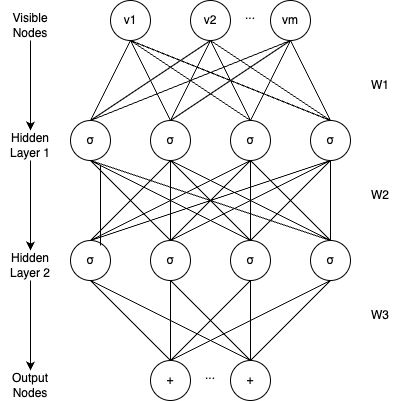
ThierryBeaulieu/NeuralNetworkFPGA keeps this draw.io diagram as Documentation/neural-network.png. Above is the earlier version. Source tidied: cells renumbered, new cells last; positions are measured from the earlier drawing's top-left corner, leaving out a move shared by most shapes. The source it was exported from:
```xml
<mxGraphModel>
  <root>
    <mxCell id="0" />
    <mxCell id="1" parent="0" />
    <mxCell id="2" style="rounded=0;jettySize=auto;html=1;exitX=0.5;exitY=1;exitDx=0;exitDy=0;entryX=0.5;entryY=0;entryDx=0;entryDy=0;endArrow=none;endFill=0;" parent="1" edge="1" source="4" target="7">
      <mxGeometry relative="1" as="geometry" />
    </mxCell>
    <mxCell id="3" style="rounded=0;jettySize=auto;html=1;exitX=0.5;exitY=1;exitDx=0;exitDy=0;endArrow=none;endFill=0;entryX=0.5;entryY=0;entryDx=0;entryDy=0;" parent="1" edge="1" source="4" target="8">
      <mxGeometry relative="1" as="geometry" />
    </mxCell>
    <mxCell id="4" value="v1" style="ellipse;whiteSpace=wrap;html=1;" parent="1" vertex="1">
      <mxGeometry x="110" width="40" height="40" as="geometry" />
    </mxCell>
    <mxCell id="5" value="v2" style="ellipse;whiteSpace=wrap;html=1;" parent="1" vertex="1">
      <mxGeometry x="190" width="40" height="40" as="geometry" />
    </mxCell>
    <mxCell id="6" value="vm" style="ellipse;whiteSpace=wrap;html=1;" parent="1" vertex="1">
      <mxGeometry x="270" width="40" height="40" as="geometry" />
    </mxCell>
    <mxCell id="7" value="σ" style="ellipse;whiteSpace=wrap;html=1;" parent="1" vertex="1">
      <mxGeometry x="70" y="120" width="40" height="40" as="geometry" />
    </mxCell>
    <mxCell id="8" value="σ" style="ellipse;whiteSpace=wrap;html=1;" parent="1" vertex="1">
      <mxGeometry x="150" y="120" width="40" height="40" as="geometry" />
    </mxCell>
    <mxCell id="9" value="σ" style="ellipse;whiteSpace=wrap;html=1;" parent="1" vertex="1">
      <mxGeometry x="230" y="120" width="40" height="40" as="geometry" />
    </mxCell>
    <mxCell id="10" value="σ" style="ellipse;whiteSpace=wrap;html=1;" parent="1" vertex="1">
      <mxGeometry x="310" y="120" width="40" height="40" as="geometry" />
    </mxCell>
    <mxCell id="11" value="σ" style="ellipse;whiteSpace=wrap;html=1;" parent="1" vertex="1">
      <mxGeometry x="70" y="240" width="40" height="40" as="geometry" />
    </mxCell>
    <mxCell id="12" value="σ" style="ellipse;whiteSpace=wrap;html=1;" parent="1" vertex="1">
      <mxGeometry x="150" y="240" width="40" height="40" as="geometry" />
    </mxCell>
    <mxCell id="13" value="σ" style="ellipse;whiteSpace=wrap;html=1;" parent="1" vertex="1">
      <mxGeometry x="230" y="240" width="40" height="40" as="geometry" />
    </mxCell>
    <mxCell id="14" value="σ" style="ellipse;whiteSpace=wrap;html=1;" parent="1" vertex="1">
      <mxGeometry x="310" y="240" width="40" height="40" as="geometry" />
    </mxCell>
    <mxCell id="15" value="+" style="ellipse;whiteSpace=wrap;html=1;" parent="1" vertex="1">
      <mxGeometry x="150" y="360" width="40" height="40" as="geometry" />
    </mxCell>
    <mxCell id="16" value="+" style="ellipse;whiteSpace=wrap;html=1;" parent="1" vertex="1">
      <mxGeometry x="230" y="360" width="40" height="40" as="geometry" />
    </mxCell>
    <mxCell id="17" style="rounded=0;jettySize=auto;html=1;exitX=0.5;exitY=1;exitDx=0;exitDy=0;endArrow=none;endFill=0;entryX=0.5;entryY=0;entryDx=0;entryDy=0;" parent="1" edge="1" source="5" target="9">
      <mxGeometry relative="1" as="geometry" />
    </mxCell>
    <mxCell id="18" style="rounded=0;jettySize=auto;html=1;exitX=0.5;exitY=1;exitDx=0;exitDy=0;endArrow=none;endFill=0;entryX=0.5;entryY=0;entryDx=0;entryDy=0;" parent="1" edge="1" source="4" target="9">
      <mxGeometry relative="1" as="geometry" />
    </mxCell>
    <mxCell id="19" style="rounded=0;jettySize=auto;html=1;exitX=0.5;exitY=1;exitDx=0;exitDy=0;endArrow=none;endFill=0;entryX=0.5;entryY=0;entryDx=0;entryDy=0;" parent="1" edge="1" source="4" target="10">
      <mxGeometry relative="1" as="geometry" />
    </mxCell>
    <mxCell id="20" style="rounded=0;jettySize=auto;html=1;exitX=0.5;exitY=1;exitDx=0;exitDy=0;endArrow=none;endFill=0;entryX=0.5;entryY=0;entryDx=0;entryDy=0;" parent="1" edge="1" source="5" target="8">
      <mxGeometry relative="1" as="geometry" />
    </mxCell>
    <mxCell id="21" style="rounded=0;jettySize=auto;html=1;exitX=0.5;exitY=1;exitDx=0;exitDy=0;endArrow=none;endFill=0;entryX=0.5;entryY=0;entryDx=0;entryDy=0;" parent="1" edge="1" source="5" target="7">
      <mxGeometry relative="1" as="geometry" />
    </mxCell>
    <mxCell id="22" style="rounded=0;jettySize=auto;html=1;exitX=0.5;exitY=1;exitDx=0;exitDy=0;endArrow=none;endFill=0;entryX=0.5;entryY=0;entryDx=0;entryDy=0;" parent="1" edge="1" source="6" target="7">
      <mxGeometry relative="1" as="geometry" />
    </mxCell>
    <mxCell id="23" style="rounded=0;jettySize=auto;html=1;endArrow=none;endFill=0;entryX=0.5;entryY=0;entryDx=0;entryDy=0;" parent="1" edge="1" target="10">
      <mxGeometry relative="1" as="geometry">
        <mxPoint x="210" y="40" as="sourcePoint" />
      </mxGeometry>
    </mxCell>
    <mxCell id="24" style="rounded=0;jettySize=auto;html=1;endArrow=none;endFill=0;entryX=0.5;entryY=0;entryDx=0;entryDy=0;exitX=0.5;exitY=1;exitDx=0;exitDy=0;" parent="1" edge="1" source="6" target="10">
      <mxGeometry relative="1" as="geometry" />
    </mxCell>
    <mxCell id="25" style="rounded=0;jettySize=auto;html=1;endArrow=none;endFill=0;entryX=0.5;entryY=0;entryDx=0;entryDy=0;exitX=0.5;exitY=1;exitDx=0;exitDy=0;" parent="1" edge="1" source="6" target="9">
      <mxGeometry relative="1" as="geometry" />
    </mxCell>
    <mxCell id="26" style="rounded=0;jettySize=auto;html=1;endArrow=none;endFill=0;entryX=0.5;entryY=1;entryDx=0;entryDy=0;exitX=0.5;exitY=0;exitDx=0;exitDy=0;" parent="1" edge="1" source="8" target="6">
      <mxGeometry relative="1" as="geometry" />
    </mxCell>
    <mxCell id="27" style="rounded=0;orthogonalLoop=1;jettySize=auto;html=1;exitX=0.5;exitY=0;exitDx=0;exitDy=0;entryX=0.5;entryY=1;entryDx=0;entryDy=0;endArrow=none;endFill=0;" parent="1" edge="1">
      <mxGeometry relative="1" as="geometry">
        <mxPoint x="100" y="245" as="sourcePoint" />
        <mxPoint x="100" y="165" as="targetPoint" />
      </mxGeometry>
    </mxCell>
    <mxCell id="28" style="rounded=0;jettySize=auto;html=1;exitX=0.5;exitY=0;exitDx=0;exitDy=0;entryX=0.5;entryY=1;entryDx=0;entryDy=0;endArrow=none;endFill=0;" parent="1" edge="1" source="12" target="7">
      <mxGeometry relative="1" as="geometry" />
    </mxCell>
    <mxCell id="29" style="rounded=0;jettySize=auto;html=1;exitX=0.5;exitY=0;exitDx=0;exitDy=0;entryX=0.5;entryY=1;entryDx=0;entryDy=0;endArrow=none;endFill=0;" parent="1" edge="1" source="13" target="7">
      <mxGeometry relative="1" as="geometry" />
    </mxCell>
    <mxCell id="30" style="rounded=0;jettySize=auto;html=1;exitX=0.5;exitY=0;exitDx=0;exitDy=0;entryX=0.5;entryY=1;entryDx=0;entryDy=0;endArrow=none;endFill=0;" parent="1" edge="1" source="14" target="7">
      <mxGeometry relative="1" as="geometry" />
    </mxCell>
    <mxCell id="31" style="rounded=0;jettySize=auto;html=1;exitX=0.5;exitY=0;exitDx=0;exitDy=0;entryX=0.5;entryY=1;entryDx=0;entryDy=0;endArrow=none;endFill=0;" parent="1" edge="1" source="11" target="8">
      <mxGeometry relative="1" as="geometry" />
    </mxCell>
    <mxCell id="32" style="rounded=0;jettySize=auto;html=1;exitX=0.5;exitY=0;exitDx=0;exitDy=0;entryX=0.5;entryY=1;entryDx=0;entryDy=0;endArrow=none;endFill=0;" parent="1" edge="1" source="12" target="8">
      <mxGeometry relative="1" as="geometry" />
    </mxCell>
    <mxCell id="33" style="rounded=0;jettySize=auto;html=1;endArrow=none;endFill=0;exitX=0.5;exitY=0;exitDx=0;exitDy=0;" parent="1" edge="1" source="13">
      <mxGeometry relative="1" as="geometry">
        <mxPoint x="170" y="160" as="targetPoint" />
      </mxGeometry>
    </mxCell>
    <mxCell id="34" style="rounded=0;jettySize=auto;html=1;endArrow=none;endFill=0;exitX=0.5;exitY=0;exitDx=0;exitDy=0;entryX=0.5;entryY=1;entryDx=0;entryDy=0;" parent="1" edge="1" source="14" target="8">
      <mxGeometry relative="1" as="geometry" />
    </mxCell>
    <mxCell id="35" style="rounded=0;jettySize=auto;html=1;exitX=0.5;exitY=0;exitDx=0;exitDy=0;entryX=0.5;entryY=1;entryDx=0;entryDy=0;endArrow=none;endFill=0;" parent="1" edge="1" source="11" target="9">
      <mxGeometry relative="1" as="geometry" />
    </mxCell>
    <mxCell id="36" style="rounded=0;jettySize=auto;html=1;exitX=0.5;exitY=0;exitDx=0;exitDy=0;entryX=0.5;entryY=1;entryDx=0;entryDy=0;endArrow=none;endFill=0;" parent="1" edge="1" source="12" target="9">
      <mxGeometry relative="1" as="geometry" />
    </mxCell>
    <mxCell id="37" style="rounded=0;jettySize=auto;html=1;exitX=0.5;exitY=0;exitDx=0;exitDy=0;entryX=0.5;entryY=1;entryDx=0;entryDy=0;endArrow=none;endFill=0;" parent="1" edge="1" source="13" target="9">
      <mxGeometry relative="1" as="geometry" />
    </mxCell>
    <mxCell id="38" style="rounded=0;jettySize=auto;html=1;exitX=0.5;exitY=0;exitDx=0;exitDy=0;entryX=0.5;entryY=1;entryDx=0;entryDy=0;endArrow=none;endFill=0;" parent="1" edge="1" source="14" target="9">
      <mxGeometry relative="1" as="geometry" />
    </mxCell>
    <mxCell id="39" style="rounded=0;jettySize=auto;html=1;exitX=0.5;exitY=0;exitDx=0;exitDy=0;entryX=0.5;entryY=1;entryDx=0;entryDy=0;endArrow=none;endFill=0;" parent="1" edge="1" source="11" target="10">
      <mxGeometry relative="1" as="geometry" />
    </mxCell>
    <mxCell id="40" style="rounded=0;jettySize=auto;html=1;exitX=0.5;exitY=0;exitDx=0;exitDy=0;entryX=0.5;entryY=1;entryDx=0;entryDy=0;endArrow=none;endFill=0;" parent="1" edge="1" source="12" target="10">
      <mxGeometry relative="1" as="geometry" />
    </mxCell>
    <mxCell id="41" style="rounded=0;jettySize=auto;html=1;exitX=0.5;exitY=0;exitDx=0;exitDy=0;entryX=0.5;entryY=1;entryDx=0;entryDy=0;endArrow=none;endFill=0;" parent="1" edge="1" source="13" target="10">
      <mxGeometry relative="1" as="geometry" />
    </mxCell>
    <mxCell id="42" style="rounded=0;jettySize=auto;html=1;exitX=0.5;exitY=0;exitDx=0;exitDy=0;entryX=0.5;entryY=1;entryDx=0;entryDy=0;endArrow=none;endFill=0;" parent="1" edge="1" source="14" target="10">
      <mxGeometry relative="1" as="geometry" />
    </mxCell>
    <mxCell id="43" style="rounded=0;jettySize=auto;html=1;exitX=0.5;exitY=1;exitDx=0;exitDy=0;entryX=0.5;entryY=0;entryDx=0;entryDy=0;endArrow=none;endFill=0;" parent="1" edge="1" source="11" target="15">
      <mxGeometry relative="1" as="geometry" />
    </mxCell>
    <mxCell id="44" style="rounded=0;jettySize=auto;html=1;exitX=0.5;exitY=1;exitDx=0;exitDy=0;entryX=0.5;entryY=0;entryDx=0;entryDy=0;endArrow=none;endFill=0;" parent="1" edge="1" source="12" target="15">
      <mxGeometry relative="1" as="geometry" />
    </mxCell>
    <mxCell id="45" style="rounded=0;jettySize=auto;html=1;exitX=0.5;exitY=1;exitDx=0;exitDy=0;entryX=0.5;entryY=0;entryDx=0;entryDy=0;endArrow=none;endFill=0;" parent="1" edge="1" source="13" target="15">
      <mxGeometry relative="1" as="geometry" />
    </mxCell>
    <mxCell id="46" style="rounded=0;jettySize=auto;html=1;exitX=0.5;exitY=1;exitDx=0;exitDy=0;entryX=0.5;entryY=0;entryDx=0;entryDy=0;endArrow=none;endFill=0;" parent="1" edge="1" source="14" target="15">
      <mxGeometry relative="1" as="geometry" />
    </mxCell>
    <mxCell id="47" style="rounded=0;jettySize=auto;html=1;exitX=0.5;exitY=1;exitDx=0;exitDy=0;entryX=0.5;entryY=0;entryDx=0;entryDy=0;endArrow=none;endFill=0;" parent="1" edge="1" source="11" target="16">
      <mxGeometry relative="1" as="geometry" />
    </mxCell>
    <mxCell id="48" style="rounded=0;jettySize=auto;html=1;exitX=0.5;exitY=1;exitDx=0;exitDy=0;endArrow=none;endFill=0;entryX=0.5;entryY=0;entryDx=0;entryDy=0;" parent="1" edge="1" source="12" target="16">
      <mxGeometry relative="1" as="geometry" />
    </mxCell>
    <mxCell id="49" style="rounded=0;jettySize=auto;html=1;exitX=0.5;exitY=1;exitDx=0;exitDy=0;endArrow=none;endFill=0;entryX=0.5;entryY=0;entryDx=0;entryDy=0;" parent="1" edge="1" source="13" target="16">
      <mxGeometry relative="1" as="geometry" />
    </mxCell>
    <mxCell id="50" style="rounded=0;jettySize=auto;html=1;exitX=0.5;exitY=1;exitDx=0;exitDy=0;endArrow=none;endFill=0;entryX=0.5;entryY=0;entryDx=0;entryDy=0;" parent="1" edge="1" source="14" target="16">
      <mxGeometry relative="1" as="geometry" />
    </mxCell>
    <mxCell id="51" value="..." style="text;html=1;align=center;verticalAlign=middle;whiteSpace=wrap;rounded=0;" parent="1" vertex="1">
      <mxGeometry x="180" y="360" width="60" height="30" as="geometry" />
    </mxCell>
    <mxCell id="52" value="..." style="text;html=1;align=center;verticalAlign=middle;whiteSpace=wrap;rounded=0;" parent="1" vertex="1">
      <mxGeometry x="220" width="60" height="30" as="geometry" />
    </mxCell>
    <mxCell id="53" value="W1" style="text;html=1;align=center;verticalAlign=middle;whiteSpace=wrap;rounded=0;" parent="1" vertex="1">
      <mxGeometry x="350" y="70" width="60" height="30" as="geometry" />
    </mxCell>
    <mxCell id="54" value="W2" style="text;html=1;align=center;verticalAlign=middle;whiteSpace=wrap;rounded=0;" parent="1" vertex="1">
      <mxGeometry x="350" y="180" width="60" height="30" as="geometry" />
    </mxCell>
    <mxCell id="55" value="W3" style="text;html=1;align=center;verticalAlign=middle;whiteSpace=wrap;rounded=0;" parent="1" vertex="1">
      <mxGeometry x="350" y="300" width="60" height="30" as="geometry" />
    </mxCell>
    <mxCell id="56" style="edgeStyle=orthogonalEdgeStyle;rounded=0;jettySize=auto;html=1;exitX=0.5;exitY=1;exitDx=0;exitDy=0;entryX=0.5;entryY=0;entryDx=0;entryDy=0;" parent="1" edge="1" source="57" target="59">
      <mxGeometry relative="1" as="geometry" />
    </mxCell>
    <mxCell id="57" value="Visible Nodes" style="text;html=1;align=center;verticalAlign=middle;whiteSpace=wrap;rounded=0;" parent="1" vertex="1">
      <mxGeometry y="10" width="60" height="30" as="geometry" />
    </mxCell>
    <mxCell id="58" style="edgeStyle=orthogonalEdgeStyle;rounded=0;jettySize=auto;html=1;exitX=0.5;exitY=1;exitDx=0;exitDy=0;entryX=0.5;entryY=0;entryDx=0;entryDy=0;" parent="1" edge="1" source="59" target="61">
      <mxGeometry relative="1" as="geometry" />
    </mxCell>
    <mxCell id="59" value="Hidden Layer 1" style="text;html=1;align=center;verticalAlign=middle;whiteSpace=wrap;rounded=0;" parent="1" vertex="1">
      <mxGeometry y="130" width="60" height="30" as="geometry" />
    </mxCell>
    <mxCell id="60" style="edgeStyle=orthogonalEdgeStyle;rounded=0;jettySize=auto;html=1;exitX=0.5;exitY=1;exitDx=0;exitDy=0;" parent="1" edge="1" source="61" target="62">
      <mxGeometry relative="1" as="geometry" />
    </mxCell>
    <mxCell id="61" value="Hidden Layer 2" style="text;html=1;align=center;verticalAlign=middle;whiteSpace=wrap;rounded=0;" parent="1" vertex="1">
      <mxGeometry y="250" width="60" height="30" as="geometry" />
    </mxCell>
    <mxCell id="62" value="Output Nodes" style="text;html=1;align=center;verticalAlign=middle;whiteSpace=wrap;rounded=0;" parent="1" vertex="1">
      <mxGeometry y="370" width="60" height="30" as="geometry" />
    </mxCell>
  </root>
</mxGraphModel>
```
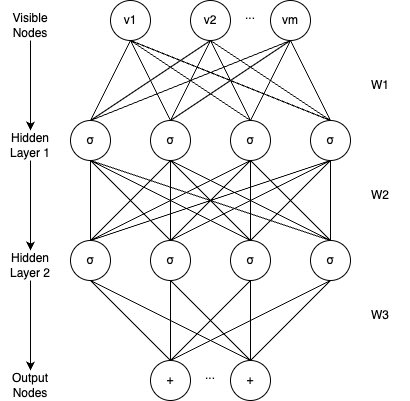
The same file after the commit.

Diff of the diagram source:
```diff
@@ -79,11 +79,8 @@
     <mxCell id="26" style="rounded=0;jettySize=auto;html=1;endArrow=none;endFill=0;entryX=0.5;entryY=1;entryDx=0;entryDy=0;exitX=0.5;exitY=0;exitDx=0;exitDy=0;" parent="1" edge="1" source="8" target="6">
       <mxGeometry relative="1" as="geometry" />
     </mxCell>
-    <mxCell id="27" style="rounded=0;orthogonalLoop=1;jettySize=auto;html=1;exitX=0.5;exitY=0;exitDx=0;exitDy=0;entryX=0.5;entryY=1;entryDx=0;entryDy=0;endArrow=none;endFill=0;" parent="1" edge="1">
-      <mxGeometry relative="1" as="geometry">
-        <mxPoint x="100" y="245" as="sourcePoint" />
-        <mxPoint x="100" y="165" as="targetPoint" />
-      </mxGeometry>
+    <mxCell id="27" style="rounded=0;jettySize=auto;html=1;exitX=0.5;exitY=0;exitDx=0;exitDy=0;entryX=0.5;entryY=1;entryDx=0;entryDy=0;endArrow=none;endFill=0;" parent="1" edge="1" source="11" target="7">
+      <mxGeometry relative="1" as="geometry" />
     </mxCell>
     <mxCell id="28" style="rounded=0;jettySize=auto;html=1;exitX=0.5;exitY=0;exitDx=0;exitDy=0;entryX=0.5;entryY=1;entryDx=0;entryDy=0;endArrow=none;endFill=0;" parent="1" edge="1" source="12" target="7">
       <mxGeometry relative="1" as="geometry" />
```
